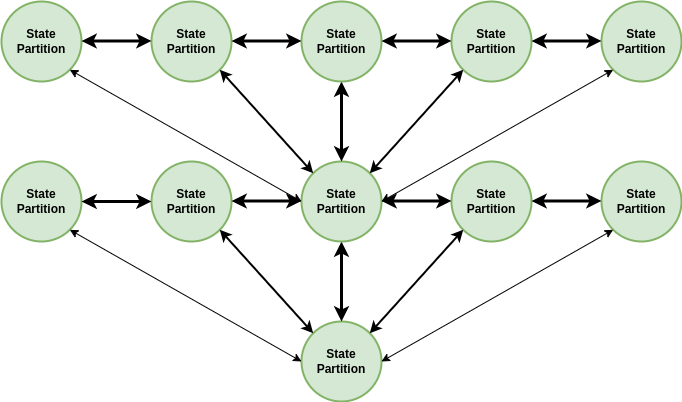
Above: assets/dexetera/dexetera-spatial-state-partition-graph.drawio.png in umbralcalc/umbralcalc.github.io (draw.io), before the change. Source tidied: cells renumbered, new cells last; positions are measured from the earlier drawing's top-left corner, leaving out a move shared by most shapes.
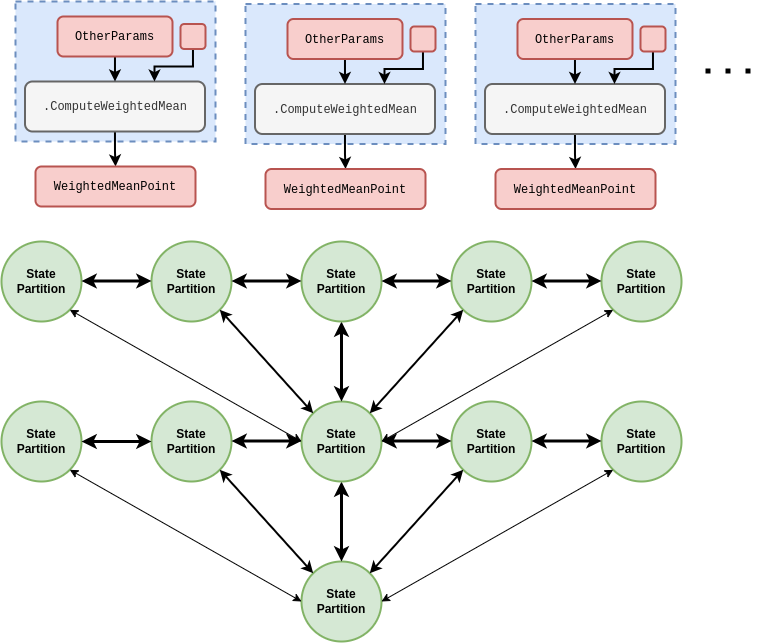
Above is the later version.

Diff of the diagram source:
```diff
@@ -124,5 +124,104 @@
         <mxPoint x="150" y="39.5" as="targetPoint" />
       </mxGeometry>
     </mxCell>
+    <mxCell id="31" style="rounded=0;whiteSpace=wrap;html=1;dashed=1;strokeWidth=2;fillColor=#dae8fc;strokeColor=#6c8ebf;" parent="1" vertex="1">
+      <mxGeometry x="14" y="-240" width="200" height="140" as="geometry" />
+    </mxCell>
+    <mxCell id="32" style="edgeStyle=orthogonalEdgeStyle;rounded=0;jettySize=auto;html=1;strokeWidth=2;" parent="1" edge="1" source="33" target="34">
+      <mxGeometry relative="1" as="geometry" />
+    </mxCell>
+    <mxCell id="33" value="&lt;font face=&quot;Courier New&quot;&gt;.ComputeWeightedMean&lt;/font&gt;" style="rounded=1;whiteSpace=wrap;html=1;strokeWidth=2;fillColor=#f5f5f5;fontColor=#333333;strokeColor=#666666;" parent="1" vertex="1">
+      <mxGeometry x="23.5" y="-160" width="180" height="50" as="geometry" />
+    </mxCell>
+    <mxCell id="34" value="&lt;font face=&quot;Courier New&quot;&gt;WeightedMeanPoint&lt;/font&gt;" style="rounded=1;whiteSpace=wrap;html=1;strokeWidth=2;fillColor=#f8cecc;strokeColor=#b85450;" parent="1" vertex="1">
+      <mxGeometry x="34" y="-75" width="160" height="40" as="geometry" />
+    </mxCell>
+    <mxCell id="35" style="edgeStyle=orthogonalEdgeStyle;rounded=0;jettySize=auto;html=1;entryX=0.5;entryY=0;entryDx=0;entryDy=0;strokeWidth=2;" parent="1" edge="1" source="36" target="33">
+      <mxGeometry relative="1" as="geometry" />
+    </mxCell>
+    <mxCell id="36" value="&lt;font face=&quot;Courier New&quot;&gt;OtherParams&lt;/font&gt;" style="rounded=1;whiteSpace=wrap;html=1;strokeWidth=2;fillColor=#f8cecc;strokeColor=#b85450;" parent="1" vertex="1">
+      <mxGeometry x="56" y="-225" width="115" height="40" as="geometry" />
+    </mxCell>
+    <mxCell id="37" style="edgeStyle=orthogonalEdgeStyle;rounded=0;jettySize=auto;html=1;entryX=0.75;entryY=0;entryDx=0;entryDy=0;strokeWidth=2;" parent="1" edge="1" source="38">
+      <mxGeometry relative="1" as="geometry">
+        <mxPoint x="154" y="-160" as="targetPoint" />
+        <Array as="points">
+          <mxPoint x="191" y="-175" />
+          <mxPoint x="153" y="-175" />
+          <mxPoint x="153" y="-160" />
+        </Array>
+      </mxGeometry>
+    </mxCell>
+    <mxCell id="38" style="rounded=1;whiteSpace=wrap;html=1;strokeWidth=2;fillColor=#f8cecc;strokeColor=#b85450;" parent="1" vertex="1">
+      <mxGeometry x="179" y="-217.5" width="25" height="25" as="geometry" />
+    </mxCell>
+    <mxCell id="39" style="rounded=0;whiteSpace=wrap;html=1;dashed=1;strokeWidth=2;fillColor=#dae8fc;strokeColor=#6c8ebf;" parent="1" vertex="1">
+      <mxGeometry x="244" y="-237.5" width="200" height="140" as="geometry" />
+    </mxCell>
+    <mxCell id="40" style="edgeStyle=orthogonalEdgeStyle;rounded=0;jettySize=auto;html=1;strokeWidth=2;" parent="1" edge="1" source="41" target="42">
+      <mxGeometry relative="1" as="geometry" />
+    </mxCell>
+    <mxCell id="41" value="&lt;span style=&quot;font-family: &amp;quot;Courier New&amp;quot;;&quot;&gt;.ComputeWeightedMean&lt;/span&gt;" style="rounded=1;whiteSpace=wrap;html=1;strokeWidth=2;fillColor=#f5f5f5;fontColor=#333333;strokeColor=#666666;" parent="1" vertex="1">
+      <mxGeometry x="253.5" y="-157.5" width="180" height="50" as="geometry" />
+    </mxCell>
+    <mxCell id="42" value="&lt;font face=&quot;Courier New&quot;&gt;WeightedMeanPoint&lt;/font&gt;" style="rounded=1;whiteSpace=wrap;html=1;strokeWidth=2;fillColor=#f8cecc;strokeColor=#b85450;" parent="1" vertex="1">
+      <mxGeometry x="264" y="-72.5" width="160" height="40" as="geometry" />
+    </mxCell>
+    <mxCell id="43" style="edgeStyle=orthogonalEdgeStyle;rounded=0;jettySize=auto;html=1;entryX=0.5;entryY=0;entryDx=0;entryDy=0;strokeWidth=2;" parent="1" edge="1" source="44" target="41">
+      <mxGeometry relative="1" as="geometry" />
+    </mxCell>
+    <mxCell id="44" value="&lt;font face=&quot;Courier New&quot;&gt;OtherParams&lt;/font&gt;" style="rounded=1;whiteSpace=wrap;html=1;strokeWidth=2;fillColor=#f8cecc;strokeColor=#b85450;" parent="1" vertex="1">
+      <mxGeometry x="286" y="-222.5" width="115" height="40" as="geometry" />
+    </mxCell>
+    <mxCell id="45" style="edgeStyle=orthogonalEdgeStyle;rounded=0;jettySize=auto;html=1;entryX=0.75;entryY=0;entryDx=0;entryDy=0;strokeWidth=2;" parent="1" edge="1" source="46">
+      <mxGeometry relative="1" as="geometry">
+        <mxPoint x="384" y="-157.5" as="targetPoint" />
+        <Array as="points">
+          <mxPoint x="421" y="-172.5" />
+          <mxPoint x="383" y="-172.5" />
+          <mxPoint x="383" y="-157.5" />
+        </Array>
+      </mxGeometry>
+    </mxCell>
+    <mxCell id="46" style="rounded=1;whiteSpace=wrap;html=1;strokeWidth=2;fillColor=#f8cecc;strokeColor=#b85450;" parent="1" vertex="1">
+      <mxGeometry x="409" y="-215" width="25" height="25" as="geometry" />
+    </mxCell>
+    <mxCell id="47" style="rounded=0;whiteSpace=wrap;html=1;dashed=1;strokeWidth=2;fillColor=#dae8fc;strokeColor=#6c8ebf;" parent="1" vertex="1">
+      <mxGeometry x="474" y="-237.5" width="200" height="140" as="geometry" />
+    </mxCell>
+    <mxCell id="48" style="edgeStyle=orthogonalEdgeStyle;rounded=0;jettySize=auto;html=1;strokeWidth=2;" parent="1" edge="1" source="49" target="50">
+      <mxGeometry relative="1" as="geometry" />
+    </mxCell>
+    <mxCell id="49" value="&lt;span style=&quot;font-family: &amp;quot;Courier New&amp;quot;;&quot;&gt;.ComputeWeightedMean&lt;/span&gt;" style="rounded=1;whiteSpace=wrap;html=1;strokeWidth=2;fillColor=#f5f5f5;fontColor=#333333;strokeColor=#666666;" parent="1" vertex="1">
+      <mxGeometry x="483.5" y="-157.5" width="180" height="50" as="geometry" />
+    </mxCell>
+    <mxCell id="50" value="&lt;font face=&quot;Courier New&quot;&gt;WeightedMeanPoint&lt;/font&gt;" style="rounded=1;whiteSpace=wrap;html=1;strokeWidth=2;fillColor=#f8cecc;strokeColor=#b85450;" parent="1" vertex="1">
+      <mxGeometry x="494" y="-72.5" width="160" height="40" as="geometry" />
+    </mxCell>
+    <mxCell id="51" style="edgeStyle=orthogonalEdgeStyle;rounded=0;jettySize=auto;html=1;entryX=0.5;entryY=0;entryDx=0;entryDy=0;strokeWidth=2;" parent="1" edge="1" source="52" target="49">
+      <mxGeometry relative="1" as="geometry" />
+    </mxCell>
+    <mxCell id="52" value="&lt;font face=&quot;Courier New&quot;&gt;OtherParams&lt;/font&gt;" style="rounded=1;whiteSpace=wrap;html=1;strokeWidth=2;fillColor=#f8cecc;strokeColor=#b85450;" parent="1" vertex="1">
+      <mxGeometry x="516" y="-222.5" width="115" height="40" as="geometry" />
+    </mxCell>
+    <mxCell id="53" style="edgeStyle=orthogonalEdgeStyle;rounded=0;jettySize=auto;html=1;entryX=0.75;entryY=0;entryDx=0;entryDy=0;strokeWidth=2;" parent="1" edge="1" source="54">
+      <mxGeometry relative="1" as="geometry">
+        <mxPoint x="614" y="-157.5" as="targetPoint" />
+        <Array as="points">
+          <mxPoint x="651" y="-172.5" />
+          <mxPoint x="613" y="-172.5" />
+          <mxPoint x="613" y="-157.5" />
+        </Array>
+      </mxGeometry>
+    </mxCell>
+    <mxCell id="54" style="rounded=1;whiteSpace=wrap;html=1;strokeWidth=2;fillColor=#f8cecc;strokeColor=#b85450;" parent="1" vertex="1">
+      <mxGeometry x="639" y="-215" width="25" height="25" as="geometry" />
+    </mxCell>
+    <mxCell id="55" style="endArrow=none;dashed=1;html=1;dashPattern=1 3;strokeWidth=5;rounded=0;" parent="1" edge="1">
+      <mxGeometry relative="1" as="geometry">
+        <mxPoint x="704" y="-170.5" as="sourcePoint" />
+        <mxPoint x="754" y="-170.5" as="targetPoint" />
+      </mxGeometry>
+    </mxCell>
   </root>
 </mxGraphModel>
```
